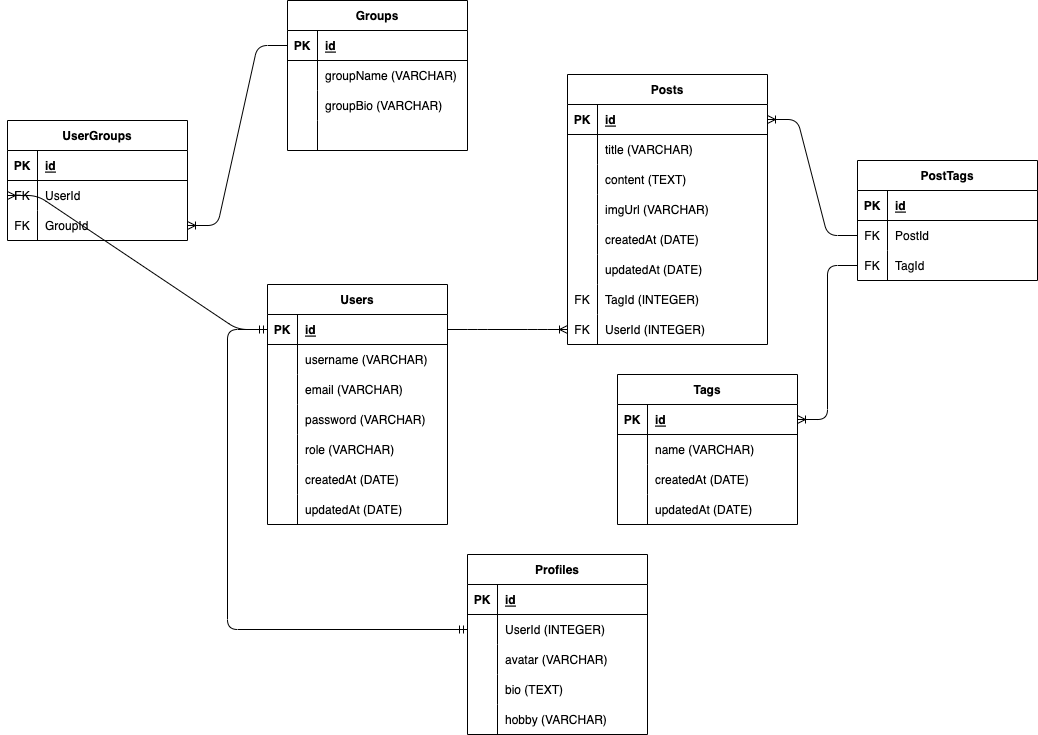
Above: schema.drawio.png in CuriosityExp/pair-project (draw.io), before the change. Source tidied: cells renumbered, new cells last; positions are measured from the earlier drawing's top-left corner, leaving out a move shared by most shapes.
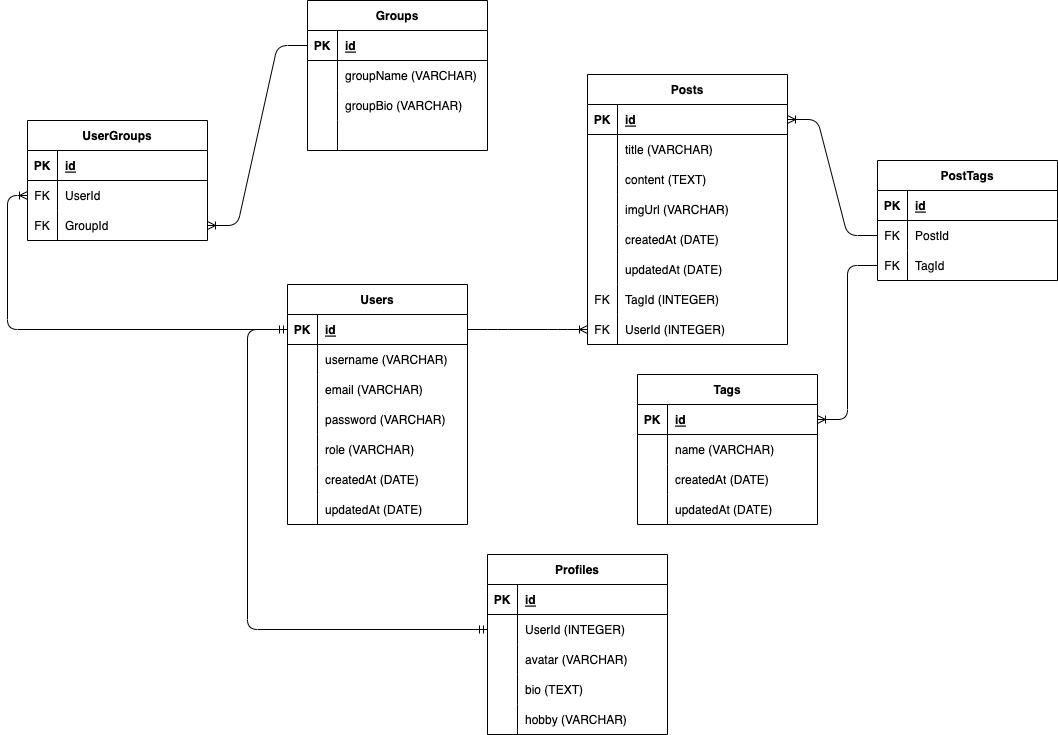
Above is the later version.

What changed in the source:
```diff
@@ -310,8 +310,13 @@
     <mxCell id="102" style="shape=partialRectangle;fillColor=none;top=0;left=0;bottom=0;right=0;align=left;spacingLeft=6;overflow=hidden;" parent="100" vertex="1">
       <mxGeometry x="30" width="150" height="30" as="geometry" />
     </mxCell>
-    <mxCell id="103" style="edgeStyle=entityRelationEdgeStyle;fontSize=12;html=1;endArrow=ERoneToMany;exitX=0;exitY=0.5;exitDx=0;exitDy=0;entryX=0;entryY=0.5;entryDx=0;entryDy=0;" parent="1" edge="1" source="3" target="84">
-      <mxGeometry relative="1" as="geometry" />
+    <mxCell id="103" style="edgeStyle=orthogonalEdgeStyle;fontSize=12;html=1;endArrow=ERoneToMany;exitX=0;exitY=0.5;exitDx=0;exitDy=0;entryX=0;entryY=0.5;entryDx=0;entryDy=0;" parent="1" edge="1" source="3" target="84">
+      <mxGeometry relative="1" as="geometry">
+        <Array as="points">
+          <mxPoint x="-20" y="329" />
+          <mxPoint x="-20" y="195" />
+        </Array>
+      </mxGeometry>
     </mxCell>
     <mxCell id="104" style="edgeStyle=entityRelationEdgeStyle;fontSize=12;html=1;endArrow=ERoneToMany;exitX=0;exitY=0.5;exitDx=0;exitDy=0;entryX=1;entryY=0.5;entryDx=0;entryDy=0;" parent="1" edge="1" source="91" target="87">
       <mxGeometry relative="1" as="geometry" />
```
